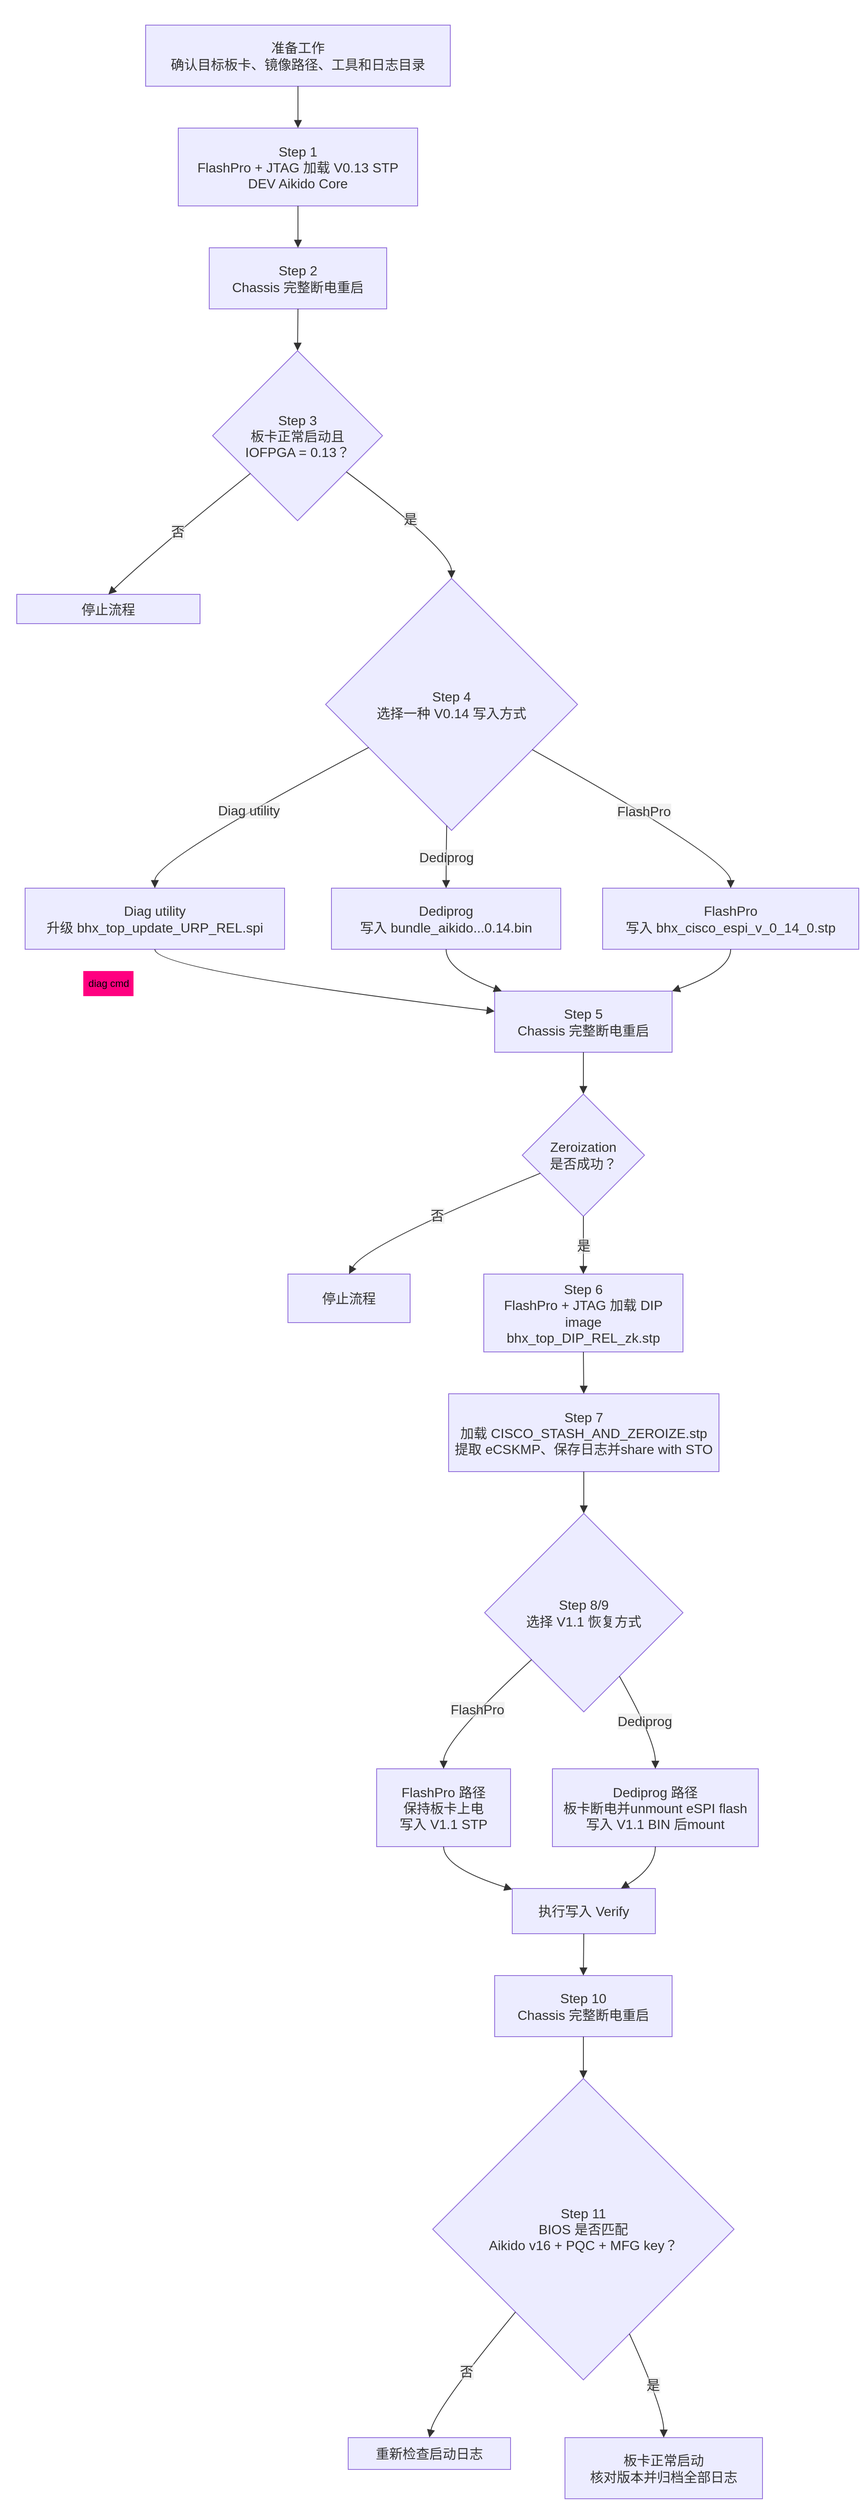
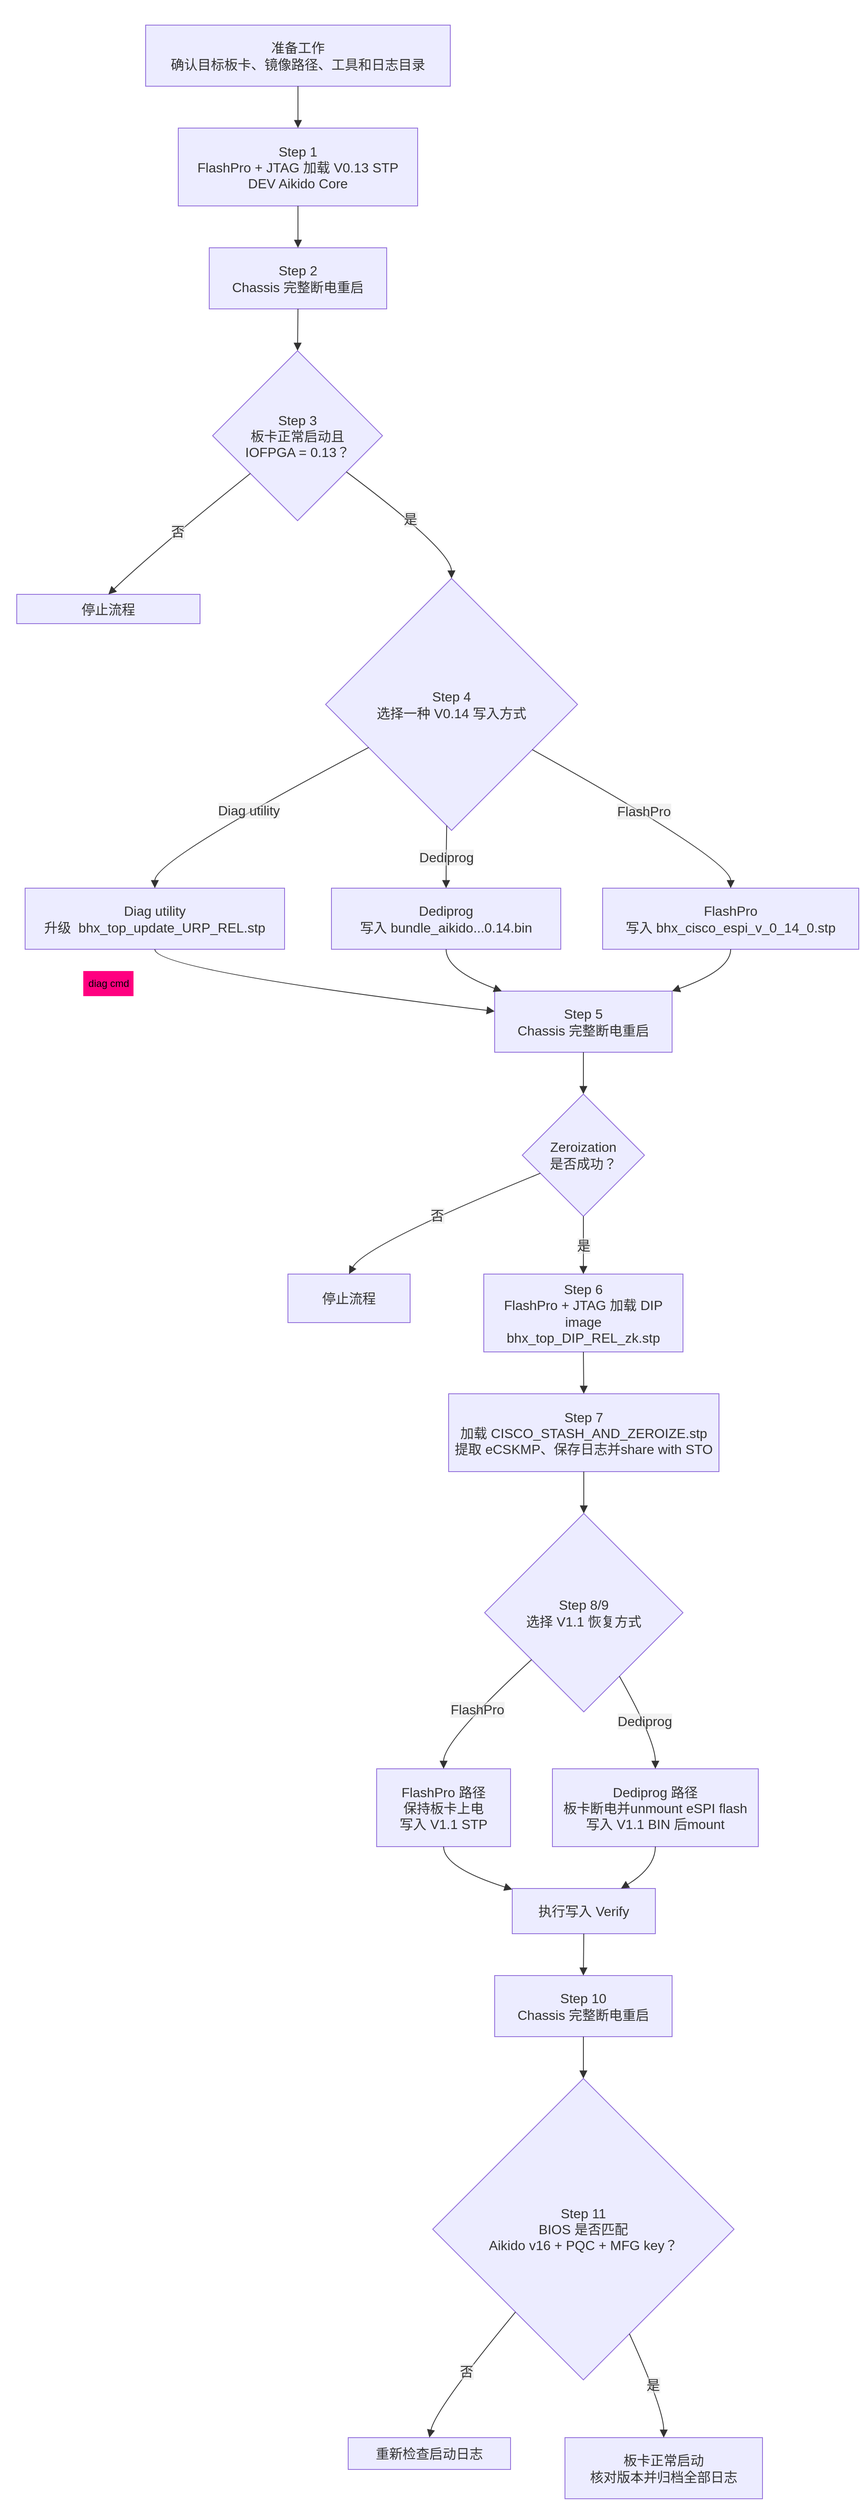
<mxfile>
  <diagram name="第 1 页" id="tmTsu18Bh-iBdeYsC_u4">
    <mxGraphModel dx="1766" dy="763" grid="0" gridSize="10" guides="1" tooltips="1" connect="1" arrows="1" fold="1" page="1" pageScale="1" pageWidth="850" pageHeight="1100" math="0" shadow="0">
      <root>
        <mxCell id="0" />
        <mxCell id="1" parent="0" />
        <UserObject label="" mermaidData="{&#xa;  &quot;data&quot;: &quot;flowchart TD\n    A[\&quot;准备工作&lt;br/&gt;确认目标板卡、镜像路径、工具和日志目录\&quot;]\n    B[\&quot;Step 1&lt;br/&gt;FlashPro + JTAG 加载 V0.13 STP&lt;br/&gt;DEV Aikido Core\&quot;]\n    C[\&quot;Step 2&lt;br/&gt;Chassis 完整断电重启\&quot;]\n    D{\&quot;Step 3&lt;br/&gt;板卡正常启动且&lt;br/&gt;IOFPGA = 0.13？\&quot;}\n    X[\&quot;停止流程&lt;br/&gt;检查 JTAG、镜像、供电和启动日志\&quot;]\n\n    E{\&quot;Step 4&lt;br/&gt;选择一种 V0.14 写入方式\&quot;}\n    E1[\&quot;Diag utility&lt;br/&gt;升级 bhx_top_update_URP_REL.spi\&quot;]\n    E2[\&quot;Dediprog&lt;br/&gt;写入 bundle_aikido...0.14.bin\&quot;]\n    E3[\&quot;FlashPro&lt;br/&gt;写入 bhx_cisco_espi_v_0_14_0.stp\&quot;]\n\n    F[\&quot;Step 5&lt;br/&gt;Chassis 完整断电重启\&quot;]\n    G{\&quot;Zeroization&lt;br/&gt;是否成功？\&quot;}\n    Y[\&quot;停止流程&lt;br/&gt;保存日志并排查&lt;br/&gt;不要继续加载 DIP\&quot;]\n\n    H[\&quot;Step 6&lt;br/&gt;FlashPro + JTAG 加载 DIP&lt;br/&gt;bhx_top_DIP_REL_zk.stp\&quot;]\n    I[\&quot;Step 7&lt;br/&gt;加载 CISCO_STASH_AND_ZEROIZE.stp&lt;br/&gt;提取 eCSKMP、保存日志并交付 STO\&quot;]\n\n    J{\&quot;Step 8/9&lt;br/&gt;选择 V1.1 恢复方式\&quot;}\n    J1[\&quot;FlashPro 路径&lt;br/&gt;保持板卡上电&lt;br/&gt;写入 V1.1 STP\&quot;]\n    J2[\&quot;Dediprog 路径&lt;br/&gt;板卡断电并处理 eSPI flash&lt;br/&gt;写入 V1.1 BIN 后重新安装\&quot;]\n\n    K[\&quot;执行写入 Verify\&quot;]\n    L[\&quot;Step 10&lt;br/&gt;Chassis 完整断电重启\&quot;]\n    M{\&quot;Step 11&lt;br/&gt;BIOS 是否匹配&lt;br/&gt;Aikido v16 + PQC + MFG key？\&quot;}\n    Z[\&quot;更新或更换兼容 BIOS&lt;br/&gt;重新检查启动日志\&quot;]\n    N[\&quot;板卡正常启动&lt;br/&gt;核对版本并归档全部日志\&quot;]\n\n    A --&gt; B --&gt; C --&gt; D\n    D -- \&quot;否\&quot; --&gt; X\n    D -- \&quot;是\&quot; --&gt; E\n\n    E -- \&quot;Diag utility\&quot; --&gt; E1\n    E -- \&quot;Dediprog\&quot; --&gt; E2\n    E -- \&quot;FlashPro\&quot; --&gt; E3\n\n    E1 --&gt; F\n    E2 --&gt; F\n    E3 --&gt; F\n\n    F --&gt; G\n    G -- \&quot;否\&quot; --&gt; Y\n    G -- \&quot;是\&quot; --&gt; H\n    H --&gt; I --&gt; J\n\n    J -- \&quot;FlashPro\&quot; --&gt; J1\n    J -- \&quot;Dediprog\&quot; --&gt; J2\n    J1 --&gt; K\n    J2 --&gt; K\n\n    K --&gt; L --&gt; M\n    M -- \&quot;否\&quot; --&gt; Z\n    M -- \&quot;是\&quot; --&gt; N&quot;,&#xa;  &quot;config&quot;: null&#xa;}" id="AJNh5RUNK792FcJRrvuj-1">
          <mxCell connectable="0" parent="1" style="group;transparentBounds=1;editIcon=1;lockedGroup=0;groupPadding=10;" vertex="1">
            <mxGeometry height="2960" width="620" as="geometry" />
          </mxCell>
        </UserObject>
        <UserObject label="准备工作&#xa;确认目标板卡、镜像路径、工具和日志目录" mermaidId="n:A" mermaidBaseStyle="html=1;whiteSpace=wrap;strokeWidth=1;fillColor=light-dark(#ECECFF,#1f2020);strokeColor=light-dark(#9370DB,#cccccc);fontColor=light-dark(#333333,#cccccc);fontFamily=Trebuchet MS,Verdana,Arial,sans-serif;fontSize=16;" mermaidBaseValue="准备工作&#xa;确认目标板卡、镜像路径、工具和日志目录" id="AJNh5RUNK792FcJRrvuj-2">
          <mxCell parent="AJNh5RUNK792FcJRrvuj-1" style="html=1;whiteSpace=wrap;strokeWidth=1;fillColor=light-dark(#ECECFF,#1f2020);strokeColor=light-dark(#9370DB,#cccccc);fontColor=light-dark(#333333,#cccccc);fontFamily=Trebuchet MS,Verdana,Arial,sans-serif;fontSize=16;" vertex="1">
            <mxGeometry height="73" width="364" x="174" y="30" as="geometry" />
          </mxCell>
        </UserObject>
        <UserObject label="Step 1&#xa;FlashPro + JTAG 加载 V0.13 STP&#xa;DEV Aikido Core" mermaidId="n:B" mermaidBaseStyle="html=1;whiteSpace=wrap;strokeWidth=1;fillColor=light-dark(#ECECFF,#1f2020);strokeColor=light-dark(#9370DB,#cccccc);fontColor=light-dark(#333333,#cccccc);fontFamily=Trebuchet MS,Verdana,Arial,sans-serif;fontSize=16;" mermaidBaseValue="Step 1&#xa;FlashPro + JTAG 加载 V0.13 STP&#xa;DEV Aikido Core" id="AJNh5RUNK792FcJRrvuj-3">
          <mxCell parent="AJNh5RUNK792FcJRrvuj-1" style="html=1;whiteSpace=wrap;strokeWidth=1;fillColor=light-dark(#ECECFF,#1f2020);strokeColor=light-dark(#9370DB,#cccccc);fontColor=light-dark(#333333,#cccccc);fontFamily=Trebuchet MS,Verdana,Arial,sans-serif;fontSize=16;" vertex="1">
            <mxGeometry height="93" width="286" x="213" y="153" as="geometry" />
          </mxCell>
        </UserObject>
        <UserObject label="Step 2&#xa;Chassis 完整断电重启" mermaidId="n:C" mermaidBaseStyle="html=1;whiteSpace=wrap;strokeWidth=1;fillColor=light-dark(#ECECFF,#1f2020);strokeColor=light-dark(#9370DB,#cccccc);fontColor=light-dark(#333333,#cccccc);fontFamily=Trebuchet MS,Verdana,Arial,sans-serif;fontSize=16;" mermaidBaseValue="Step 2&#xa;Chassis 完整断电重启" id="AJNh5RUNK792FcJRrvuj-4">
          <mxCell parent="AJNh5RUNK792FcJRrvuj-1" style="html=1;whiteSpace=wrap;strokeWidth=1;fillColor=light-dark(#ECECFF,#1f2020);strokeColor=light-dark(#9370DB,#cccccc);fontColor=light-dark(#333333,#cccccc);fontFamily=Trebuchet MS,Verdana,Arial,sans-serif;fontSize=16;" vertex="1">
            <mxGeometry height="73" width="212" x="250" y="296" as="geometry" />
          </mxCell>
        </UserObject>
        <UserObject label="Step 3&#xa;板卡正常启动且&#xa;IOFPGA = 0.13？" mermaidId="n:D" mermaidBaseStyle="rhombus;html=1;strokeWidth=1;whiteSpace=wrap;fillColor=light-dark(#ECECFF,#1f2020);strokeColor=light-dark(#9370DB,#cccccc);fontColor=light-dark(#333333,#cccccc);fontFamily=Trebuchet MS,Verdana,Arial,sans-serif;fontSize=16;" mermaidBaseValue="Step 3&#xa;板卡正常启动且&#xa;IOFPGA = 0.13？" id="AJNh5RUNK792FcJRrvuj-5">
          <mxCell parent="AJNh5RUNK792FcJRrvuj-1" style="rhombus;html=1;strokeWidth=1;whiteSpace=wrap;fillColor=light-dark(#ECECFF,#1f2020);strokeColor=light-dark(#9370DB,#cccccc);fontColor=light-dark(#333333,#cccccc);fontFamily=Trebuchet MS,Verdana,Arial,sans-serif;fontSize=16;" vertex="1">
            <mxGeometry height="203" width="203" x="254" y="419" as="geometry" />
          </mxCell>
        </UserObject>
        <UserObject label="停止流程" mermaidId="n:X" mermaidBaseStyle="html=1;whiteSpace=wrap;strokeWidth=1;fillColor=light-dark(#ECECFF,#1f2020);strokeColor=light-dark(#9370DB,#cccccc);fontColor=light-dark(#333333,#cccccc);fontFamily=Trebuchet MS,Verdana,Arial,sans-serif;fontSize=16;" mermaidBaseValue="停止流程&#xa;检查 JTAG、镜像、供电和启动日志" id="AJNh5RUNK792FcJRrvuj-6">
          <mxCell parent="AJNh5RUNK792FcJRrvuj-1" style="html=1;whiteSpace=wrap;strokeWidth=1;fillColor=light-dark(#ECECFF,#1f2020);strokeColor=light-dark(#9370DB,#cccccc);fontColor=light-dark(#333333,#cccccc);fontFamily=Trebuchet MS,Verdana,Arial,sans-serif;fontSize=16;" vertex="1">
            <mxGeometry height="35" width="219" x="20" y="710" as="geometry" />
          </mxCell>
        </UserObject>
        <UserObject label="Step 4&#xa;选择一种 V0.14 写入方式" mermaidId="n:E" mermaidBaseStyle="rhombus;html=1;strokeWidth=1;whiteSpace=wrap;fillColor=light-dark(#ECECFF,#1f2020);strokeColor=light-dark(#9370DB,#cccccc);fontColor=light-dark(#333333,#cccccc);fontFamily=Trebuchet MS,Verdana,Arial,sans-serif;fontSize=16;" mermaidBaseValue="Step 4&#xa;选择一种 V0.14 写入方式" id="AJNh5RUNK792FcJRrvuj-7">
          <mxCell parent="AJNh5RUNK792FcJRrvuj-1" style="rhombus;html=1;strokeWidth=1;whiteSpace=wrap;fillColor=light-dark(#ECECFF,#1f2020);strokeColor=light-dark(#9370DB,#cccccc);fontColor=light-dark(#333333,#cccccc);fontFamily=Trebuchet MS,Verdana,Arial,sans-serif;fontSize=16;" vertex="1">
            <mxGeometry height="301" width="301" x="389" y="691" as="geometry" />
          </mxCell>
        </UserObject>
-         <UserObject label="Diag utility&#xa;升级 bhx_top_update_URP_REL.spi" mermaidId="n:E1" mermaidBaseStyle="html=1;whiteSpace=wrap;strokeWidth=1;fillColor=light-dark(#ECECFF,#1f2020);strokeColor=light-dark(#9370DB,#cccccc);fontColor=light-dark(#333333,#cccccc);fontFamily=Trebuchet MS,Verdana,Arial,sans-serif;fontSize=16;" mermaidBaseValue="Diag utility&#xa;升级 bhx_top_update_URP_REL.spi" id="AJNh5RUNK792FcJRrvuj-8">
+         <UserObject label="Diag utility&lt;br&gt;升级&amp;nbsp;&amp;nbsp;bhx_top_update_URP_REL.stp" mermaidId="n:E1" mermaidBaseStyle="html=1;whiteSpace=wrap;strokeWidth=1;fillColor=light-dark(#ECECFF,#1f2020);strokeColor=light-dark(#9370DB,#cccccc);fontColor=light-dark(#333333,#cccccc);fontFamily=Trebuchet MS,Verdana,Arial,sans-serif;fontSize=16;" mermaidBaseValue="Diag utility&#xa;升级 bhx_top_update_URP_REL.spi" id="AJNh5RUNK792FcJRrvuj-8">
          <mxCell parent="AJNh5RUNK792FcJRrvuj-1" style="html=1;whiteSpace=wrap;strokeWidth=1;fillColor=light-dark(#ECECFF,#1f2020);strokeColor=light-dark(#9370DB,#cccccc);fontColor=light-dark(#333333,#cccccc);fontFamily=Trebuchet MS,Verdana,Arial,sans-serif;fontSize=16;" vertex="1">
            <mxGeometry height="73" width="310" x="30" y="1061" as="geometry" />
          </mxCell>
        </UserObject>
        <UserObject label="Dediprog&#xa;写入 bundle_aikido...0.14.bin" mermaidId="n:E2" mermaidBaseStyle="html=1;whiteSpace=wrap;strokeWidth=1;fillColor=light-dark(#ECECFF,#1f2020);strokeColor=light-dark(#9370DB,#cccccc);fontColor=light-dark(#333333,#cccccc);fontFamily=Trebuchet MS,Verdana,Arial,sans-serif;fontSize=16;" mermaidBaseValue="Dediprog&#xa;写入 bundle_aikido...0.14.bin" id="AJNh5RUNK792FcJRrvuj-9">
          <mxCell parent="AJNh5RUNK792FcJRrvuj-1" style="html=1;whiteSpace=wrap;strokeWidth=1;fillColor=light-dark(#ECECFF,#1f2020);strokeColor=light-dark(#9370DB,#cccccc);fontColor=light-dark(#333333,#cccccc);fontFamily=Trebuchet MS,Verdana,Arial,sans-serif;fontSize=16;" vertex="1">
            <mxGeometry height="73" width="274" x="396" y="1061" as="geometry" />
          </mxCell>
        </UserObject>
        <UserObject label="FlashPro&#xa;写入 bhx_cisco_espi_v_0_14_0.stp" mermaidId="n:E3" mermaidBaseStyle="html=1;whiteSpace=wrap;strokeWidth=1;fillColor=light-dark(#ECECFF,#1f2020);strokeColor=light-dark(#9370DB,#cccccc);fontColor=light-dark(#333333,#cccccc);fontFamily=Trebuchet MS,Verdana,Arial,sans-serif;fontSize=16;" mermaidBaseValue="FlashPro&#xa;写入 bhx_cisco_espi_v_0_14_0.stp" id="AJNh5RUNK792FcJRrvuj-10">
          <mxCell parent="AJNh5RUNK792FcJRrvuj-1" style="html=1;whiteSpace=wrap;strokeWidth=1;fillColor=light-dark(#ECECFF,#1f2020);strokeColor=light-dark(#9370DB,#cccccc);fontColor=light-dark(#333333,#cccccc);fontFamily=Trebuchet MS,Verdana,Arial,sans-serif;fontSize=16;" vertex="1">
            <mxGeometry height="73" width="306" x="720" y="1061" as="geometry" />
          </mxCell>
        </UserObject>
        <UserObject label="Step 5&#xa;Chassis 完整断电重启" mermaidId="n:F" mermaidBaseStyle="html=1;whiteSpace=wrap;strokeWidth=1;fillColor=light-dark(#ECECFF,#1f2020);strokeColor=light-dark(#9370DB,#cccccc);fontColor=light-dark(#333333,#cccccc);fontFamily=Trebuchet MS,Verdana,Arial,sans-serif;fontSize=16;" mermaidBaseValue="Step 5&#xa;Chassis 完整断电重启" id="AJNh5RUNK792FcJRrvuj-11">
          <mxCell parent="AJNh5RUNK792FcJRrvuj-1" style="html=1;whiteSpace=wrap;strokeWidth=1;fillColor=light-dark(#ECECFF,#1f2020);strokeColor=light-dark(#9370DB,#cccccc);fontColor=light-dark(#333333,#cccccc);fontFamily=Trebuchet MS,Verdana,Arial,sans-serif;fontSize=16;" vertex="1">
            <mxGeometry height="73" width="212" x="591" y="1184" as="geometry" />
          </mxCell>
        </UserObject>
        <UserObject label="Zeroization&#xa;是否成功？" mermaidId="n:G" mermaidBaseStyle="rhombus;html=1;strokeWidth=1;whiteSpace=wrap;fillColor=light-dark(#ECECFF,#1f2020);strokeColor=light-dark(#9370DB,#cccccc);fontColor=light-dark(#333333,#cccccc);fontFamily=Trebuchet MS,Verdana,Arial,sans-serif;fontSize=16;" mermaidBaseValue="Zeroization&#xa;是否成功？" id="AJNh5RUNK792FcJRrvuj-12">
          <mxCell parent="AJNh5RUNK792FcJRrvuj-1" style="rhombus;html=1;strokeWidth=1;whiteSpace=wrap;fillColor=light-dark(#ECECFF,#1f2020);strokeColor=light-dark(#9370DB,#cccccc);fontColor=light-dark(#333333,#cccccc);fontFamily=Trebuchet MS,Verdana,Arial,sans-serif;fontSize=16;" vertex="1">
            <mxGeometry height="146" width="146" x="624" y="1307" as="geometry" />
          </mxCell>
        </UserObject>
        <UserObject label="停止流程" mermaidId="n:Y" mermaidBaseStyle="html=1;whiteSpace=wrap;strokeWidth=1;fillColor=light-dark(#ECECFF,#1f2020);strokeColor=light-dark(#9370DB,#cccccc);fontColor=light-dark(#333333,#cccccc);fontFamily=Trebuchet MS,Verdana,Arial,sans-serif;fontSize=16;" mermaidBaseValue="停止流程&#xa;保存日志并排查&#xa;不要继续加载 DIP" id="AJNh5RUNK792FcJRrvuj-13">
          <mxCell parent="AJNh5RUNK792FcJRrvuj-1" style="html=1;whiteSpace=wrap;strokeWidth=1;fillColor=light-dark(#ECECFF,#1f2020);strokeColor=light-dark(#9370DB,#cccccc);fontColor=light-dark(#333333,#cccccc);fontFamily=Trebuchet MS,Verdana,Arial,sans-serif;fontSize=16;" vertex="1">
            <mxGeometry height="58" width="146" x="344" y="1522" as="geometry" />
          </mxCell>
        </UserObject>
        <UserObject label="Step 6&lt;br&gt;FlashPro + JTAG 加载 DIP image&lt;br&gt;bhx_top_DIP_REL_zk.stp" mermaidId="n:H" mermaidBaseStyle="html=1;whiteSpace=wrap;strokeWidth=1;fillColor=light-dark(#ECECFF,#1f2020);strokeColor=light-dark(#9370DB,#cccccc);fontColor=light-dark(#333333,#cccccc);fontFamily=Trebuchet MS,Verdana,Arial,sans-serif;fontSize=16;" mermaidBaseValue="Step 6&#xa;FlashPro + JTAG 加载 DIP&#xa;bhx_top_DIP_REL_zk.stp" id="AJNh5RUNK792FcJRrvuj-14">
          <mxCell parent="AJNh5RUNK792FcJRrvuj-1" style="html=1;whiteSpace=wrap;strokeWidth=1;fillColor=light-dark(#ECECFF,#1f2020);strokeColor=light-dark(#9370DB,#cccccc);fontColor=light-dark(#333333,#cccccc);fontFamily=Trebuchet MS,Verdana,Arial,sans-serif;fontSize=16;" vertex="1">
            <mxGeometry height="93" width="238" x="578" y="1522" as="geometry" />
          </mxCell>
        </UserObject>
        <UserObject label="Step 7&lt;br&gt;加载 CISCO_STASH_AND_ZEROIZE.stp&lt;br&gt;提取 eCSKMP、保存日志并share with STO" mermaidId="n:I" mermaidBaseStyle="html=1;whiteSpace=wrap;strokeWidth=1;fillColor=light-dark(#ECECFF,#1f2020);strokeColor=light-dark(#9370DB,#cccccc);fontColor=light-dark(#333333,#cccccc);fontFamily=Trebuchet MS,Verdana,Arial,sans-serif;fontSize=16;" mermaidBaseValue="Step 7&#xa;加载 CISCO_STASH_AND_ZEROIZE.stp&#xa;提取 eCSKMP、保存日志并交付 STO" id="AJNh5RUNK792FcJRrvuj-15">
          <mxCell parent="AJNh5RUNK792FcJRrvuj-1" style="html=1;whiteSpace=wrap;strokeWidth=1;fillColor=light-dark(#ECECFF,#1f2020);strokeColor=light-dark(#9370DB,#cccccc);fontColor=light-dark(#333333,#cccccc);fontFamily=Trebuchet MS,Verdana,Arial,sans-serif;fontSize=16;" vertex="1">
            <mxGeometry height="93" width="323" x="536" y="1665" as="geometry" />
          </mxCell>
        </UserObject>
        <UserObject label="Step 8/9&#xa;选择 V1.1 恢复方式" mermaidId="n:J" mermaidBaseStyle="rhombus;html=1;strokeWidth=1;whiteSpace=wrap;fillColor=light-dark(#ECECFF,#1f2020);strokeColor=light-dark(#9370DB,#cccccc);fontColor=light-dark(#333333,#cccccc);fontFamily=Trebuchet MS,Verdana,Arial,sans-serif;fontSize=16;" mermaidBaseValue="Step 8/9&#xa;选择 V1.1 恢复方式" id="AJNh5RUNK792FcJRrvuj-16">
          <mxCell parent="AJNh5RUNK792FcJRrvuj-1" style="rhombus;html=1;strokeWidth=1;whiteSpace=wrap;fillColor=light-dark(#ECECFF,#1f2020);strokeColor=light-dark(#9370DB,#cccccc);fontColor=light-dark(#333333,#cccccc);fontFamily=Trebuchet MS,Verdana,Arial,sans-serif;fontSize=16;" vertex="1">
            <mxGeometry height="237" width="237" x="579" y="1808" as="geometry" />
          </mxCell>
        </UserObject>
        <UserObject label="FlashPro 路径&#xa;保持板卡上电&#xa;写入 V1.1 STP" mermaidId="n:J1" mermaidBaseStyle="html=1;whiteSpace=wrap;strokeWidth=1;fillColor=light-dark(#ECECFF,#1f2020);strokeColor=light-dark(#9370DB,#cccccc);fontColor=light-dark(#333333,#cccccc);fontFamily=Trebuchet MS,Verdana,Arial,sans-serif;fontSize=16;" mermaidBaseValue="FlashPro 路径&#xa;保持板卡上电&#xa;写入 V1.1 STP" id="AJNh5RUNK792FcJRrvuj-17">
          <mxCell parent="AJNh5RUNK792FcJRrvuj-1" style="html=1;whiteSpace=wrap;strokeWidth=1;fillColor=light-dark(#ECECFF,#1f2020);strokeColor=light-dark(#9370DB,#cccccc);fontColor=light-dark(#333333,#cccccc);fontFamily=Trebuchet MS,Verdana,Arial,sans-serif;fontSize=16;" vertex="1">
            <mxGeometry height="93" width="160" x="450" y="2113" as="geometry" />
          </mxCell>
        </UserObject>
        <UserObject label="Dediprog 路径&lt;br&gt;板卡断电并unmount eSPI flash&lt;br&gt;写入 V1.1 BIN 后mount" mermaidId="n:J2" mermaidBaseStyle="html=1;whiteSpace=wrap;strokeWidth=1;fillColor=light-dark(#ECECFF,#1f2020);strokeColor=light-dark(#9370DB,#cccccc);fontColor=light-dark(#333333,#cccccc);fontFamily=Trebuchet MS,Verdana,Arial,sans-serif;fontSize=16;" mermaidBaseValue="Dediprog 路径&#xa;板卡断电并处理 eSPI flash&#xa;写入 V1.1 BIN 后重新安装" id="AJNh5RUNK792FcJRrvuj-18">
          <mxCell parent="AJNh5RUNK792FcJRrvuj-1" style="html=1;whiteSpace=wrap;strokeWidth=1;fillColor=light-dark(#ECECFF,#1f2020);strokeColor=light-dark(#9370DB,#cccccc);fontColor=light-dark(#333333,#cccccc);fontFamily=Trebuchet MS,Verdana,Arial,sans-serif;fontSize=16;" vertex="1">
            <mxGeometry height="93" width="246" x="660" y="2113" as="geometry" />
          </mxCell>
        </UserObject>
        <UserObject label="执行写入 Verify" mermaidId="n:K" mermaidBaseStyle="html=1;whiteSpace=wrap;strokeWidth=1;fillColor=light-dark(#ECECFF,#1f2020);strokeColor=light-dark(#9370DB,#cccccc);fontColor=light-dark(#333333,#cccccc);fontFamily=Trebuchet MS,Verdana,Arial,sans-serif;fontSize=16;" mermaidBaseValue="执行写入 Verify" id="AJNh5RUNK792FcJRrvuj-19">
          <mxCell parent="AJNh5RUNK792FcJRrvuj-1" style="html=1;whiteSpace=wrap;strokeWidth=1;fillColor=light-dark(#ECECFF,#1f2020);strokeColor=light-dark(#9370DB,#cccccc);fontColor=light-dark(#333333,#cccccc);fontFamily=Trebuchet MS,Verdana,Arial,sans-serif;fontSize=16;" vertex="1">
            <mxGeometry height="54" width="171" x="612" y="2256" as="geometry" />
          </mxCell>
        </UserObject>
        <UserObject label="Step 10&#xa;Chassis 完整断电重启" mermaidId="n:L" mermaidBaseStyle="html=1;whiteSpace=wrap;strokeWidth=1;fillColor=light-dark(#ECECFF,#1f2020);strokeColor=light-dark(#9370DB,#cccccc);fontColor=light-dark(#333333,#cccccc);fontFamily=Trebuchet MS,Verdana,Arial,sans-serif;fontSize=16;" mermaidBaseValue="Step 10&#xa;Chassis 完整断电重启" id="AJNh5RUNK792FcJRrvuj-20">
          <mxCell parent="AJNh5RUNK792FcJRrvuj-1" style="html=1;whiteSpace=wrap;strokeWidth=1;fillColor=light-dark(#ECECFF,#1f2020);strokeColor=light-dark(#9370DB,#cccccc);fontColor=light-dark(#333333,#cccccc);fontFamily=Trebuchet MS,Verdana,Arial,sans-serif;fontSize=16;" vertex="1">
            <mxGeometry height="73" width="212" x="591" y="2360" as="geometry" />
          </mxCell>
        </UserObject>
        <UserObject label="Step 11&#xa;BIOS 是否匹配&#xa;Aikido v16 + PQC + MFG key？" mermaidId="n:M" mermaidBaseStyle="rhombus;html=1;strokeWidth=1;whiteSpace=wrap;fillColor=light-dark(#ECECFF,#1f2020);strokeColor=light-dark(#9370DB,#cccccc);fontColor=light-dark(#333333,#cccccc);fontFamily=Trebuchet MS,Verdana,Arial,sans-serif;fontSize=16;" mermaidBaseValue="Step 11&#xa;BIOS 是否匹配&#xa;Aikido v16 + PQC + MFG key？" id="AJNh5RUNK792FcJRrvuj-21">
          <mxCell parent="AJNh5RUNK792FcJRrvuj-1" style="rhombus;html=1;strokeWidth=1;whiteSpace=wrap;fillColor=light-dark(#ECECFF,#1f2020);strokeColor=light-dark(#9370DB,#cccccc);fontColor=light-dark(#333333,#cccccc);fontFamily=Trebuchet MS,Verdana,Arial,sans-serif;fontSize=16;" vertex="1">
            <mxGeometry height="360" width="360" x="517" y="2483" as="geometry" />
          </mxCell>
        </UserObject>
        <UserObject label="重新检查启动日志" mermaidId="n:Z" mermaidBaseStyle="html=1;whiteSpace=wrap;strokeWidth=1;fillColor=light-dark(#ECECFF,#1f2020);strokeColor=light-dark(#9370DB,#cccccc);fontColor=light-dark(#333333,#cccccc);fontFamily=Trebuchet MS,Verdana,Arial,sans-serif;fontSize=16;" mermaidBaseValue="更新或更换兼容 BIOS&#xa;重新检查启动日志" id="AJNh5RUNK792FcJRrvuj-22">
          <mxCell parent="AJNh5RUNK792FcJRrvuj-1" style="html=1;whiteSpace=wrap;strokeWidth=1;fillColor=light-dark(#ECECFF,#1f2020);strokeColor=light-dark(#9370DB,#cccccc);fontColor=light-dark(#333333,#cccccc);fontFamily=Trebuchet MS,Verdana,Arial,sans-serif;fontSize=16;" vertex="1">
            <mxGeometry height="38" width="194" x="416" y="2912" as="geometry" />
          </mxCell>
        </UserObject>
        <UserObject label="板卡正常启动&#xa;核对版本并归档全部日志" mermaidId="n:N" mermaidBaseStyle="html=1;whiteSpace=wrap;strokeWidth=1;fillColor=light-dark(#ECECFF,#1f2020);strokeColor=light-dark(#9370DB,#cccccc);fontColor=light-dark(#333333,#cccccc);fontFamily=Trebuchet MS,Verdana,Arial,sans-serif;fontSize=16;" mermaidBaseValue="板卡正常启动&#xa;核对版本并归档全部日志" id="AJNh5RUNK792FcJRrvuj-23">
          <mxCell parent="AJNh5RUNK792FcJRrvuj-1" style="html=1;whiteSpace=wrap;strokeWidth=1;fillColor=light-dark(#ECECFF,#1f2020);strokeColor=light-dark(#9370DB,#cccccc);fontColor=light-dark(#333333,#cccccc);fontFamily=Trebuchet MS,Verdana,Arial,sans-serif;fontSize=16;" vertex="1">
            <mxGeometry height="73" width="236" x="675" y="2912" as="geometry" />
          </mxCell>
        </UserObject>
        <UserObject label="" mermaidId="e:A-&gt;B#0" mermaidBaseStyle="curved=1;startArrow=none;endArrow=block;endSize=7;strokeColor=light-dark(#333333,#cccccc);exitX=0.5;exitY=1;entryX=0.5;entryY=0;" mermaidBaseValue="" id="AJNh5RUNK792FcJRrvuj-24">
          <mxCell edge="1" parent="AJNh5RUNK792FcJRrvuj-1" source="AJNh5RUNK792FcJRrvuj-2" style="curved=1;startArrow=none;endArrow=block;endSize=7;strokeColor=light-dark(#333333,#cccccc);exitX=0.5;exitY=1;entryX=0.5;entryY=0;rounded=0;" target="AJNh5RUNK792FcJRrvuj-3">
            <mxGeometry relative="1" as="geometry">
              <Array as="points" />
            </mxGeometry>
          </mxCell>
        </UserObject>
        <UserObject label="" mermaidId="e:B-&gt;C#0" mermaidBaseStyle="curved=1;startArrow=none;endArrow=block;endSize=7;strokeColor=light-dark(#333333,#cccccc);exitX=0.5;exitY=1;entryX=0.5;entryY=0;" mermaidBaseValue="" id="AJNh5RUNK792FcJRrvuj-25">
          <mxCell edge="1" parent="AJNh5RUNK792FcJRrvuj-1" source="AJNh5RUNK792FcJRrvuj-3" style="curved=1;startArrow=none;endArrow=block;endSize=7;strokeColor=light-dark(#333333,#cccccc);exitX=0.5;exitY=1;entryX=0.5;entryY=0;rounded=0;" target="AJNh5RUNK792FcJRrvuj-4">
            <mxGeometry relative="1" as="geometry">
              <Array as="points" />
            </mxGeometry>
          </mxCell>
        </UserObject>
        <UserObject label="" mermaidId="e:C-&gt;D#0" mermaidBaseStyle="curved=1;startArrow=none;endArrow=block;endSize=7;strokeColor=light-dark(#333333,#cccccc);exitX=0.5;exitY=1;entryX=0.5;entryY=0;" mermaidBaseValue="" id="AJNh5RUNK792FcJRrvuj-26">
          <mxCell edge="1" parent="AJNh5RUNK792FcJRrvuj-1" source="AJNh5RUNK792FcJRrvuj-4" style="curved=1;startArrow=none;endArrow=block;endSize=7;strokeColor=light-dark(#333333,#cccccc);exitX=0.5;exitY=1;entryX=0.5;entryY=0;rounded=0;" target="AJNh5RUNK792FcJRrvuj-5">
            <mxGeometry relative="1" as="geometry">
              <Array as="points" />
            </mxGeometry>
          </mxCell>
        </UserObject>
        <UserObject label="否" mermaidId="e:D-&gt;X#0" mermaidBaseStyle="curved=1;startArrow=none;endArrow=block;endSize=7;strokeColor=light-dark(#333333,#cccccc);html=1;fontSize=16;labelBackgroundColor=light-dark(#E8E8E88D,#2a2a2a8D);fontFamily=Trebuchet MS,Verdana,Arial,sans-serif;fontColor=light-dark(#333333,#cccccc);exitX=0;exitY=0.9;entryX=0.5;entryY=0;" mermaidBaseValue="否" id="AJNh5RUNK792FcJRrvuj-27">
          <mxCell edge="1" parent="AJNh5RUNK792FcJRrvuj-1" source="AJNh5RUNK792FcJRrvuj-5" style="curved=1;startArrow=none;endArrow=block;endSize=7;strokeColor=light-dark(#333333,#cccccc);html=1;fontSize=16;labelBackgroundColor=light-dark(#E8E8E88D,#2a2a2a8D);fontFamily=Trebuchet MS,Verdana,Arial,sans-serif;fontColor=light-dark(#333333,#cccccc);exitX=0;exitY=0.9;entryX=0.5;entryY=0;rounded=0;" target="AJNh5RUNK792FcJRrvuj-6">
            <mxGeometry relative="1" as="geometry">
              <Array as="points">
                <mxPoint x="185" y="657" />
              </Array>
            </mxGeometry>
          </mxCell>
        </UserObject>
        <UserObject label="是" mermaidId="e:D-&gt;E#0" mermaidBaseStyle="curved=1;startArrow=none;endArrow=block;endSize=7;strokeColor=light-dark(#333333,#cccccc);html=1;fontSize=16;labelBackgroundColor=light-dark(#E8E8E88D,#2a2a2a8D);fontFamily=Trebuchet MS,Verdana,Arial,sans-serif;fontColor=light-dark(#333333,#cccccc);exitX=1;exitY=0.87;entryX=0.5;entryY=0;" mermaidBaseValue="是" id="AJNh5RUNK792FcJRrvuj-28">
          <mxCell edge="1" parent="AJNh5RUNK792FcJRrvuj-1" source="AJNh5RUNK792FcJRrvuj-5" style="curved=1;startArrow=none;endArrow=block;endSize=7;strokeColor=light-dark(#333333,#cccccc);html=1;fontSize=16;labelBackgroundColor=light-dark(#E8E8E88D,#2a2a2a8D);fontFamily=Trebuchet MS,Verdana,Arial,sans-serif;fontColor=light-dark(#333333,#cccccc);exitX=1;exitY=0.87;entryX=0.5;entryY=0;rounded=0;" target="AJNh5RUNK792FcJRrvuj-7">
            <mxGeometry relative="1" as="geometry">
              <Array as="points">
                <mxPoint x="539" y="657" />
              </Array>
            </mxGeometry>
          </mxCell>
        </UserObject>
        <UserObject label="Diag utility" mermaidId="e:E-&gt;E1#0" mermaidBaseStyle="curved=1;startArrow=none;endArrow=block;endSize=7;strokeColor=light-dark(#333333,#cccccc);html=1;fontSize=16;labelBackgroundColor=light-dark(#E8E8E88D,#2a2a2a8D);fontFamily=Trebuchet MS,Verdana,Arial,sans-serif;fontColor=light-dark(#333333,#cccccc);exitX=0;exitY=0.76;entryX=0.5;entryY=0;" mermaidBaseValue="Diag utility" id="AJNh5RUNK792FcJRrvuj-29">
          <mxCell edge="1" parent="AJNh5RUNK792FcJRrvuj-1" source="AJNh5RUNK792FcJRrvuj-7" style="curved=1;startArrow=none;endArrow=block;endSize=7;strokeColor=light-dark(#333333,#cccccc);html=1;fontSize=16;labelBackgroundColor=light-dark(#E8E8E88D,#2a2a2a8D);fontFamily=Trebuchet MS,Verdana,Arial,sans-serif;fontColor=light-dark(#333333,#cccccc);exitX=0;exitY=0.76;entryX=0.5;entryY=0;rounded=0;" target="AJNh5RUNK792FcJRrvuj-8">
            <mxGeometry relative="1" as="geometry">
              <Array as="points">
                <mxPoint x="185" y="1027" />
              </Array>
            </mxGeometry>
          </mxCell>
        </UserObject>
        <UserObject label="Dediprog" mermaidId="e:E-&gt;E2#0" mermaidBaseStyle="curved=1;startArrow=none;endArrow=block;endSize=7;strokeColor=light-dark(#333333,#cccccc);html=1;fontSize=16;labelBackgroundColor=light-dark(#E8E8E88D,#2a2a2a8D);fontFamily=Trebuchet MS,Verdana,Arial,sans-serif;fontColor=light-dark(#333333,#cccccc);exitX=0.48;exitY=1;entryX=0.5;entryY=0;" mermaidBaseValue="Dediprog" id="AJNh5RUNK792FcJRrvuj-30">
          <mxCell edge="1" parent="AJNh5RUNK792FcJRrvuj-1" source="AJNh5RUNK792FcJRrvuj-7" style="curved=1;startArrow=none;endArrow=block;endSize=7;strokeColor=light-dark(#333333,#cccccc);html=1;fontSize=16;labelBackgroundColor=light-dark(#E8E8E88D,#2a2a2a8D);fontFamily=Trebuchet MS,Verdana,Arial,sans-serif;fontColor=light-dark(#333333,#cccccc);exitX=0.48;exitY=1;entryX=0.5;entryY=0;rounded=0;" target="AJNh5RUNK792FcJRrvuj-9">
            <mxGeometry relative="1" as="geometry">
              <Array as="points">
                <mxPoint x="533" y="1027" />
              </Array>
            </mxGeometry>
          </mxCell>
        </UserObject>
        <UserObject label="FlashPro" mermaidId="e:E-&gt;E3#0" mermaidBaseStyle="curved=1;startArrow=none;endArrow=block;endSize=7;strokeColor=light-dark(#333333,#cccccc);html=1;fontSize=16;labelBackgroundColor=light-dark(#E8E8E88D,#2a2a2a8D);fontFamily=Trebuchet MS,Verdana,Arial,sans-serif;fontColor=light-dark(#333333,#cccccc);exitX=1;exitY=0.78;entryX=0.5;entryY=0;" mermaidBaseValue="FlashPro" id="AJNh5RUNK792FcJRrvuj-31">
          <mxCell edge="1" parent="AJNh5RUNK792FcJRrvuj-1" source="AJNh5RUNK792FcJRrvuj-7" style="curved=1;startArrow=none;endArrow=block;endSize=7;strokeColor=light-dark(#333333,#cccccc);html=1;fontSize=16;labelBackgroundColor=light-dark(#E8E8E88D,#2a2a2a8D);fontFamily=Trebuchet MS,Verdana,Arial,sans-serif;fontColor=light-dark(#333333,#cccccc);exitX=1;exitY=0.78;entryX=0.5;entryY=0;rounded=0;" target="AJNh5RUNK792FcJRrvuj-10">
            <mxGeometry relative="1" as="geometry">
              <Array as="points">
                <mxPoint x="873" y="1027" />
              </Array>
            </mxGeometry>
          </mxCell>
        </UserObject>
        <UserObject label="" mermaidId="e:E1-&gt;F#0" mermaidBaseStyle="curved=1;startArrow=none;endArrow=block;endSize=7;strokeColor=light-dark(#333333,#cccccc);exitX=0.5;exitY=1;entryX=0;entryY=0.33;" mermaidBaseValue="" id="AJNh5RUNK792FcJRrvuj-32">
          <mxCell edge="1" parent="AJNh5RUNK792FcJRrvuj-1" source="AJNh5RUNK792FcJRrvuj-8" style="curved=1;startArrow=none;endArrow=block;endSize=7;strokeColor=light-dark(#333333,#cccccc);exitX=0.5;exitY=1;entryX=0;entryY=0.33;rounded=0;" target="AJNh5RUNK792FcJRrvuj-11">
            <mxGeometry relative="1" as="geometry">
              <Array as="points">
                <mxPoint x="185" y="1159" />
              </Array>
            </mxGeometry>
          </mxCell>
        </UserObject>
        <UserObject label="" mermaidId="e:E2-&gt;F#0" mermaidBaseStyle="curved=1;startArrow=none;endArrow=block;endSize=7;strokeColor=light-dark(#333333,#cccccc);exitX=0.5;exitY=1;entryX=0.04;entryY=0;" mermaidBaseValue="" id="AJNh5RUNK792FcJRrvuj-33">
          <mxCell edge="1" parent="AJNh5RUNK792FcJRrvuj-1" source="AJNh5RUNK792FcJRrvuj-9" style="curved=1;startArrow=none;endArrow=block;endSize=7;strokeColor=light-dark(#333333,#cccccc);exitX=0.5;exitY=1;entryX=0.04;entryY=0;rounded=0;" target="AJNh5RUNK792FcJRrvuj-11">
            <mxGeometry relative="1" as="geometry">
              <Array as="points">
                <mxPoint x="533" y="1159" />
              </Array>
            </mxGeometry>
          </mxCell>
        </UserObject>
        <UserObject label="" mermaidId="e:E3-&gt;F#0" mermaidBaseStyle="curved=1;startArrow=none;endArrow=block;endSize=7;strokeColor=light-dark(#333333,#cccccc);exitX=0.5;exitY=1;entryX=1;entryY=0;" mermaidBaseValue="" id="AJNh5RUNK792FcJRrvuj-34">
          <mxCell edge="1" parent="AJNh5RUNK792FcJRrvuj-1" source="AJNh5RUNK792FcJRrvuj-10" style="curved=1;startArrow=none;endArrow=block;endSize=7;strokeColor=light-dark(#333333,#cccccc);exitX=0.5;exitY=1;entryX=1;entryY=0;rounded=0;" target="AJNh5RUNK792FcJRrvuj-11">
            <mxGeometry relative="1" as="geometry">
              <Array as="points">
                <mxPoint x="873" y="1159" />
              </Array>
            </mxGeometry>
          </mxCell>
        </UserObject>
        <UserObject label="" mermaidId="e:F-&gt;G#0" mermaidBaseStyle="curved=1;startArrow=none;endArrow=block;endSize=7;strokeColor=light-dark(#333333,#cccccc);exitX=0.5;exitY=1;entryX=0.5;entryY=0;" mermaidBaseValue="" id="AJNh5RUNK792FcJRrvuj-35">
          <mxCell edge="1" parent="AJNh5RUNK792FcJRrvuj-1" source="AJNh5RUNK792FcJRrvuj-11" style="curved=1;startArrow=none;endArrow=block;endSize=7;strokeColor=light-dark(#333333,#cccccc);exitX=0.5;exitY=1;entryX=0.5;entryY=0;rounded=0;" target="AJNh5RUNK792FcJRrvuj-12">
            <mxGeometry relative="1" as="geometry">
              <Array as="points" />
            </mxGeometry>
          </mxCell>
        </UserObject>
        <UserObject label="否" mermaidId="e:G-&gt;Y#0" mermaidBaseStyle="curved=1;startArrow=none;endArrow=block;endSize=7;strokeColor=light-dark(#333333,#cccccc);html=1;fontSize=16;labelBackgroundColor=light-dark(#E8E8E88D,#2a2a2a8D);fontFamily=Trebuchet MS,Verdana,Arial,sans-serif;fontColor=light-dark(#333333,#cccccc);exitX=0;exitY=0.71;entryX=0.5;entryY=0;" mermaidBaseValue="否" id="AJNh5RUNK792FcJRrvuj-36">
          <mxCell edge="1" parent="AJNh5RUNK792FcJRrvuj-1" source="AJNh5RUNK792FcJRrvuj-12" style="curved=1;startArrow=none;endArrow=block;endSize=7;strokeColor=light-dark(#333333,#cccccc);html=1;fontSize=16;labelBackgroundColor=light-dark(#E8E8E88D,#2a2a2a8D);fontFamily=Trebuchet MS,Verdana,Arial,sans-serif;fontColor=light-dark(#333333,#cccccc);exitX=0;exitY=0.71;entryX=0.5;entryY=0;rounded=0;" target="AJNh5RUNK792FcJRrvuj-13">
            <mxGeometry relative="1" as="geometry">
              <Array as="points">
                <mxPoint x="436" y="1487" />
              </Array>
            </mxGeometry>
          </mxCell>
        </UserObject>
        <UserObject label="是" mermaidId="e:G-&gt;H#0" mermaidBaseStyle="curved=1;startArrow=none;endArrow=block;endSize=7;strokeColor=light-dark(#333333,#cccccc);html=1;fontSize=16;labelBackgroundColor=light-dark(#E8E8E88D,#2a2a2a8D);fontFamily=Trebuchet MS,Verdana,Arial,sans-serif;fontColor=light-dark(#333333,#cccccc);exitX=0.5;exitY=1;entryX=0.5;entryY=0;" mermaidBaseValue="是" id="AJNh5RUNK792FcJRrvuj-37">
          <mxCell edge="1" parent="AJNh5RUNK792FcJRrvuj-1" source="AJNh5RUNK792FcJRrvuj-12" style="curved=1;startArrow=none;endArrow=block;endSize=7;strokeColor=light-dark(#333333,#cccccc);html=1;fontSize=16;labelBackgroundColor=light-dark(#E8E8E88D,#2a2a2a8D);fontFamily=Trebuchet MS,Verdana,Arial,sans-serif;fontColor=light-dark(#333333,#cccccc);exitX=0.5;exitY=1;entryX=0.5;entryY=0;rounded=0;" target="AJNh5RUNK792FcJRrvuj-14">
            <mxGeometry relative="1" as="geometry">
              <Array as="points" />
            </mxGeometry>
          </mxCell>
        </UserObject>
        <UserObject label="" mermaidId="e:H-&gt;I#0" mermaidBaseStyle="curved=1;startArrow=none;endArrow=block;endSize=7;strokeColor=light-dark(#333333,#cccccc);exitX=0.5;exitY=1;entryX=0.5;entryY=0;" mermaidBaseValue="" id="AJNh5RUNK792FcJRrvuj-38">
          <mxCell edge="1" parent="AJNh5RUNK792FcJRrvuj-1" source="AJNh5RUNK792FcJRrvuj-14" style="curved=1;startArrow=none;endArrow=block;endSize=7;strokeColor=light-dark(#333333,#cccccc);exitX=0.5;exitY=1;entryX=0.5;entryY=0;rounded=0;" target="AJNh5RUNK792FcJRrvuj-15">
            <mxGeometry relative="1" as="geometry">
              <Array as="points" />
            </mxGeometry>
          </mxCell>
        </UserObject>
        <UserObject label="" mermaidId="e:I-&gt;J#0" mermaidBaseStyle="curved=1;startArrow=none;endArrow=block;endSize=7;strokeColor=light-dark(#333333,#cccccc);exitX=0.5;exitY=1;entryX=0.5;entryY=0;" mermaidBaseValue="" id="AJNh5RUNK792FcJRrvuj-39">
          <mxCell edge="1" parent="AJNh5RUNK792FcJRrvuj-1" source="AJNh5RUNK792FcJRrvuj-15" style="curved=1;startArrow=none;endArrow=block;endSize=7;strokeColor=light-dark(#333333,#cccccc);exitX=0.5;exitY=1;entryX=0.5;entryY=0;rounded=0;" target="AJNh5RUNK792FcJRrvuj-16">
            <mxGeometry relative="1" as="geometry">
              <Array as="points" />
            </mxGeometry>
          </mxCell>
        </UserObject>
        <UserObject label="FlashPro" mermaidId="e:J-&gt;J1#0" mermaidBaseStyle="curved=1;startArrow=none;endArrow=block;endSize=7;strokeColor=light-dark(#333333,#cccccc);html=1;fontSize=16;labelBackgroundColor=light-dark(#E8E8E88D,#2a2a2a8D);fontFamily=Trebuchet MS,Verdana,Arial,sans-serif;fontColor=light-dark(#333333,#cccccc);exitX=0;exitY=0.95;entryX=0.5;entryY=0;" mermaidBaseValue="FlashPro" id="AJNh5RUNK792FcJRrvuj-40">
          <mxCell edge="1" parent="AJNh5RUNK792FcJRrvuj-1" source="AJNh5RUNK792FcJRrvuj-16" style="curved=1;startArrow=none;endArrow=block;endSize=7;strokeColor=light-dark(#333333,#cccccc);html=1;fontSize=16;labelBackgroundColor=light-dark(#E8E8E88D,#2a2a2a8D);fontFamily=Trebuchet MS,Verdana,Arial,sans-serif;fontColor=light-dark(#333333,#cccccc);exitX=0;exitY=0.95;entryX=0.5;entryY=0;rounded=0;" target="AJNh5RUNK792FcJRrvuj-17">
            <mxGeometry relative="1" as="geometry">
              <Array as="points">
                <mxPoint x="530" y="2079" />
              </Array>
            </mxGeometry>
          </mxCell>
        </UserObject>
        <UserObject label="Dediprog" mermaidId="e:J-&gt;J2#0" mermaidBaseStyle="curved=1;startArrow=none;endArrow=block;endSize=7;strokeColor=light-dark(#333333,#cccccc);html=1;fontSize=16;labelBackgroundColor=light-dark(#E8E8E88D,#2a2a2a8D);fontFamily=Trebuchet MS,Verdana,Arial,sans-serif;fontColor=light-dark(#333333,#cccccc);exitX=0.78;exitY=1;entryX=0.5;entryY=0;" mermaidBaseValue="Dediprog" id="AJNh5RUNK792FcJRrvuj-41">
          <mxCell edge="1" parent="AJNh5RUNK792FcJRrvuj-1" source="AJNh5RUNK792FcJRrvuj-16" style="curved=1;startArrow=none;endArrow=block;endSize=7;strokeColor=light-dark(#333333,#cccccc);html=1;fontSize=16;labelBackgroundColor=light-dark(#E8E8E88D,#2a2a2a8D);fontFamily=Trebuchet MS,Verdana,Arial,sans-serif;fontColor=light-dark(#333333,#cccccc);exitX=0.78;exitY=1;entryX=0.5;entryY=0;rounded=0;" target="AJNh5RUNK792FcJRrvuj-18">
            <mxGeometry relative="1" as="geometry">
              <Array as="points">
                <mxPoint x="783" y="2079" />
              </Array>
            </mxGeometry>
          </mxCell>
        </UserObject>
        <UserObject label="" mermaidId="e:J1-&gt;K#0" mermaidBaseStyle="curved=1;startArrow=none;endArrow=block;endSize=7;strokeColor=light-dark(#333333,#cccccc);exitX=0.5;exitY=1;entryX=0;entryY=0.02;" mermaidBaseValue="" id="AJNh5RUNK792FcJRrvuj-42">
          <mxCell edge="1" parent="AJNh5RUNK792FcJRrvuj-1" source="AJNh5RUNK792FcJRrvuj-17" style="curved=1;startArrow=none;endArrow=block;endSize=7;strokeColor=light-dark(#333333,#cccccc);exitX=0.5;exitY=1;entryX=0;entryY=0.02;rounded=0;" target="AJNh5RUNK792FcJRrvuj-19">
            <mxGeometry relative="1" as="geometry">
              <Array as="points">
                <mxPoint x="530" y="2231" />
              </Array>
            </mxGeometry>
          </mxCell>
        </UserObject>
        <UserObject label="" mermaidId="e:J2-&gt;K#0" mermaidBaseStyle="curved=1;startArrow=none;endArrow=block;endSize=7;strokeColor=light-dark(#333333,#cccccc);exitX=0.5;exitY=1;entryX=0.76;entryY=0;" mermaidBaseValue="" id="AJNh5RUNK792FcJRrvuj-43">
          <mxCell edge="1" parent="AJNh5RUNK792FcJRrvuj-1" source="AJNh5RUNK792FcJRrvuj-18" style="curved=1;startArrow=none;endArrow=block;endSize=7;strokeColor=light-dark(#333333,#cccccc);exitX=0.5;exitY=1;entryX=0.76;entryY=0;rounded=0;" target="AJNh5RUNK792FcJRrvuj-19">
            <mxGeometry relative="1" as="geometry">
              <Array as="points">
                <mxPoint x="783" y="2231" />
              </Array>
            </mxGeometry>
          </mxCell>
        </UserObject>
        <UserObject label="" mermaidId="e:K-&gt;L#0" mermaidBaseStyle="curved=1;startArrow=none;endArrow=block;endSize=7;strokeColor=light-dark(#333333,#cccccc);exitX=0.5;exitY=1;entryX=0.5;entryY=0;" mermaidBaseValue="" id="AJNh5RUNK792FcJRrvuj-44">
          <mxCell edge="1" parent="AJNh5RUNK792FcJRrvuj-1" source="AJNh5RUNK792FcJRrvuj-19" style="curved=1;startArrow=none;endArrow=block;endSize=7;strokeColor=light-dark(#333333,#cccccc);exitX=0.5;exitY=1;entryX=0.5;entryY=0;rounded=0;" target="AJNh5RUNK792FcJRrvuj-20">
            <mxGeometry relative="1" as="geometry">
              <Array as="points" />
            </mxGeometry>
          </mxCell>
        </UserObject>
        <UserObject label="" mermaidId="e:L-&gt;M#0" mermaidBaseStyle="curved=1;startArrow=none;endArrow=block;endSize=7;strokeColor=light-dark(#333333,#cccccc);exitX=0.5;exitY=1;entryX=0.5;entryY=0;" mermaidBaseValue="" id="AJNh5RUNK792FcJRrvuj-45">
          <mxCell edge="1" parent="AJNh5RUNK792FcJRrvuj-1" source="AJNh5RUNK792FcJRrvuj-20" style="curved=1;startArrow=none;endArrow=block;endSize=7;strokeColor=light-dark(#333333,#cccccc);exitX=0.5;exitY=1;entryX=0.5;entryY=0;rounded=0;" target="AJNh5RUNK792FcJRrvuj-21">
            <mxGeometry relative="1" as="geometry">
              <Array as="points" />
            </mxGeometry>
          </mxCell>
        </UserObject>
        <UserObject label="否" mermaidId="e:M-&gt;Z#0" mermaidBaseStyle="curved=1;startArrow=none;endArrow=block;endSize=7;strokeColor=light-dark(#333333,#cccccc);html=1;fontSize=16;labelBackgroundColor=light-dark(#E8E8E88D,#2a2a2a8D);fontFamily=Trebuchet MS,Verdana,Arial,sans-serif;fontColor=light-dark(#333333,#cccccc);exitX=0.09;exitY=1;entryX=0.5;entryY=0;" mermaidBaseValue="否" id="AJNh5RUNK792FcJRrvuj-46">
          <mxCell edge="1" parent="AJNh5RUNK792FcJRrvuj-1" source="AJNh5RUNK792FcJRrvuj-21" style="curved=1;startArrow=none;endArrow=block;endSize=7;strokeColor=light-dark(#333333,#cccccc);html=1;fontSize=16;labelBackgroundColor=light-dark(#E8E8E88D,#2a2a2a8D);fontFamily=Trebuchet MS,Verdana,Arial,sans-serif;fontColor=light-dark(#333333,#cccccc);exitX=0.09;exitY=1;entryX=0.5;entryY=0;rounded=0;" target="AJNh5RUNK792FcJRrvuj-22">
            <mxGeometry relative="1" as="geometry">
              <Array as="points">
                <mxPoint x="520" y="2878" />
              </Array>
            </mxGeometry>
          </mxCell>
        </UserObject>
        <UserObject label="是" mermaidId="e:M-&gt;N#0" mermaidBaseStyle="curved=1;startArrow=none;endArrow=block;endSize=7;strokeColor=light-dark(#333333,#cccccc);html=1;fontSize=16;labelBackgroundColor=light-dark(#E8E8E88D,#2a2a2a8D);fontFamily=Trebuchet MS,Verdana,Arial,sans-serif;fontColor=light-dark(#333333,#cccccc);exitX=0.72;exitY=1;entryX=0.5;entryY=0;" mermaidBaseValue="是" id="AJNh5RUNK792FcJRrvuj-47">
          <mxCell edge="1" parent="AJNh5RUNK792FcJRrvuj-1" source="AJNh5RUNK792FcJRrvuj-21" style="curved=1;startArrow=none;endArrow=block;endSize=7;strokeColor=light-dark(#333333,#cccccc);html=1;fontSize=16;labelBackgroundColor=light-dark(#E8E8E88D,#2a2a2a8D);fontFamily=Trebuchet MS,Verdana,Arial,sans-serif;fontColor=light-dark(#333333,#cccccc);exitX=0.72;exitY=1;entryX=0.5;entryY=0;rounded=0;" target="AJNh5RUNK792FcJRrvuj-23">
            <mxGeometry relative="1" as="geometry">
              <Array as="points">
                <mxPoint x="793" y="2878" />
              </Array>
            </mxGeometry>
          </mxCell>
        </UserObject>
        <mxCell id="AJNh5RUNK792FcJRrvuj-48" parent="AJNh5RUNK792FcJRrvuj-1" style="text;html=1;whiteSpace=wrap;strokeColor=none;fillColor=#FF0080;align=center;verticalAlign=middle;rounded=0;" value="diag cmd" vertex="1">
          <mxGeometry height="30" width="60" x="99.5" y="1160" as="geometry" />
        </mxCell>
      </root>
    </mxGraphModel>
  </diagram>
</mxfile>
